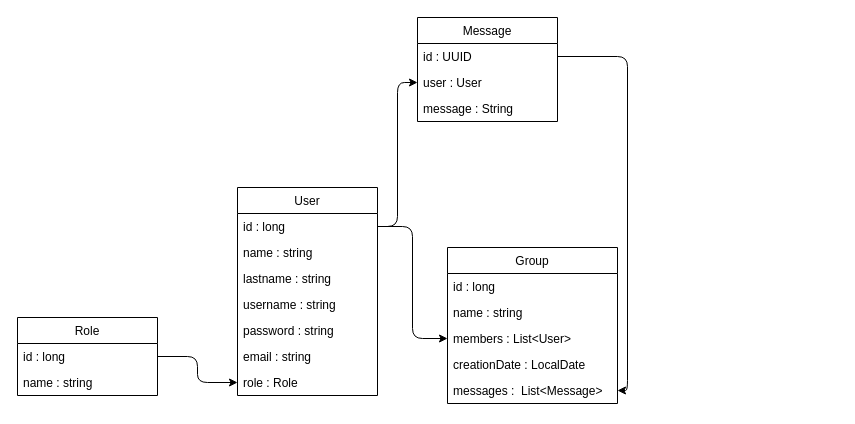
Before: er-diagram.drawio in DanteDeLordran/TeamTalk-backend, a draw.io diagram. Source tidied: cells renumbered, new cells numbered last; positions are measured from the earlier drawing's top-left corner, leaving out a move shared by most shapes. Both pictures are drawn from the tidied source at 100%, with x=0, y=0 at pixel (17, 17).
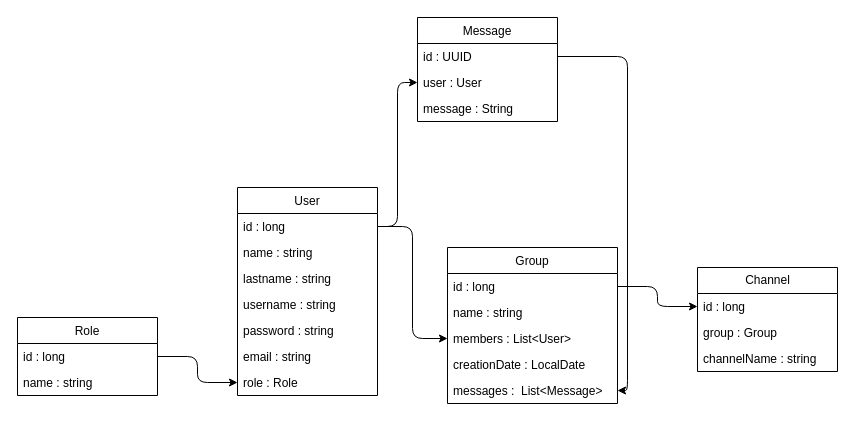
The same diagram, later.

Commit message:
Added channel entity to diagram

Unchanged cells that the change refers to:
```xml
<mxCell id="11" value="id : long" style="text;strokeColor=none;fillColor=none;align=left;verticalAlign=top;spacingLeft=4;spacingRight=4;overflow=hidden;points=[[0,0.5],[1,0.5]];portConstraint=eastwest;" parent="10" vertex="1">
  <mxGeometry y="26" width="170" height="26" as="geometry" />
</mxCell>
```

What changed in the source:
```diff
@@
+    <mxCell id="27" value="Channel" style="swimlane;fontStyle=0;horizontal=1;startSize=26;fillColor=none;html=1;" parent="1" vertex="1">
+      <mxGeometry x="680" y="250" width="140" height="104" as="geometry" />
+    </mxCell>
+    <mxCell id="28" value="id : long" style="text;strokeColor=none;fillColor=none;align=left;verticalAlign=top;spacingLeft=4;spacingRight=4;overflow=hidden;points=[[0,0.5],[1,0.5]];portConstraint=eastwest;whiteSpace=wrap;html=1;" parent="27" vertex="1">
+      <mxGeometry y="26" width="140" height="26" as="geometry" />
+    </mxCell>
+    <mxCell id="29" value="group : Group" style="text;strokeColor=none;fillColor=none;align=left;verticalAlign=top;spacingLeft=4;spacingRight=4;overflow=hidden;whiteSpace=wrap;html=1;" parent="27" vertex="1">
+      <mxGeometry y="52" width="140" height="26" as="geometry" />
+    </mxCell>
+    <mxCell id="30" value="channelName : string" style="text;strokeColor=none;fillColor=none;align=left;verticalAlign=top;spacingLeft=4;spacingRight=4;overflow=hidden;whiteSpace=wrap;html=1;" parent="27" vertex="1">
+      <mxGeometry y="78" width="140" height="26" as="geometry" />
+    </mxCell>
+    <mxCell id="31" style="edgeStyle=orthogonalEdgeStyle;html=1;" parent="1" edge="1" source="11" target="28">
+      <mxGeometry relative="1" as="geometry" />
+    </mxCell>
```
